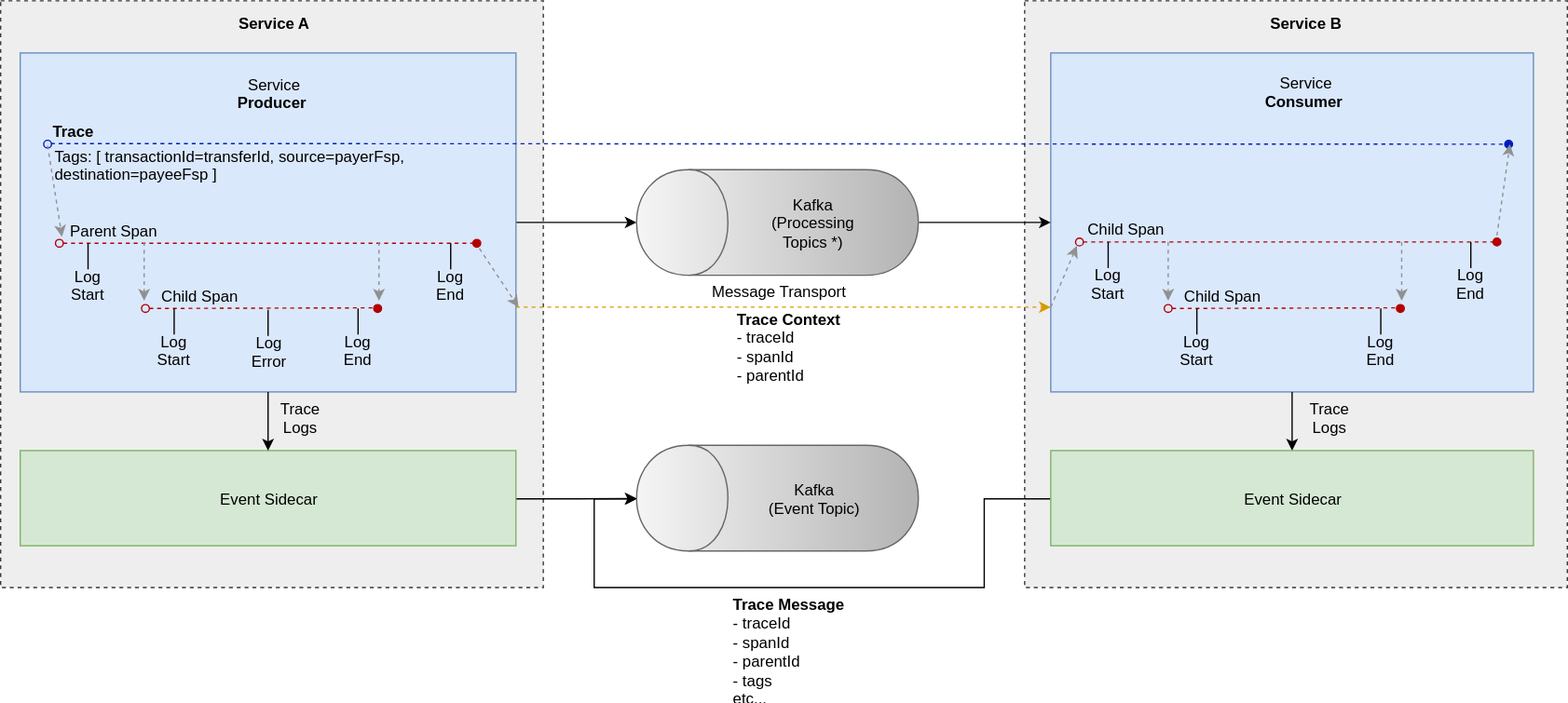
Earlier version of the draw.io export mojaloop-technical-overview/event-framework/assets/diagrams/architecture/architecture-event-trace.svg (mojaloop/documentation). Source tidied: cells renumbered, new cells last; positions are measured from the earlier drawing's top-left corner, leaving out a move shared by most shapes.
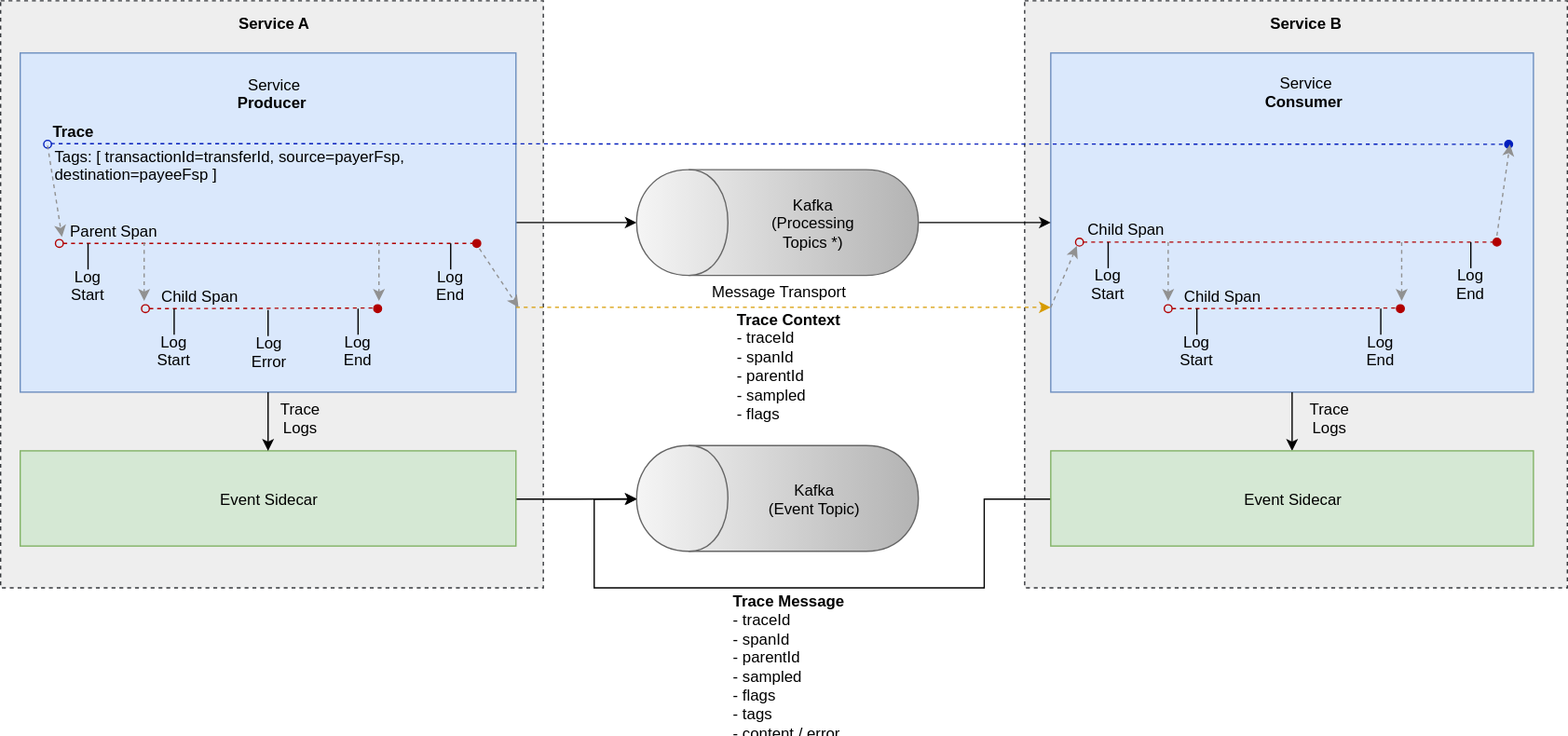
After the change.

Diff of the diagram source:
```diff
@@ -125,8 +125,8 @@
     <mxCell id="32" value="Log&lt;br&gt;End&lt;br&gt;" style="text;html=1;strokeColor=none;fillColor=none;align=center;verticalAlign=middle;whiteSpace=wrap;rounded=0;" parent="1" vertex="1">
       <mxGeometry x="254" y="257.5" width="40" height="20" as="geometry" />
     </mxCell>
-    <mxCell id="33" value="&lt;div style=&quot;text-align: justify&quot;&gt;&lt;span&gt;&lt;b&gt;Trace Context&lt;/b&gt;&lt;/span&gt;&lt;br&gt;&lt;span&gt;- traceId&lt;/span&gt;&lt;br&gt;&lt;span&gt;- spanId&lt;/span&gt;&lt;br&gt;&lt;span&gt;- parentId&lt;/span&gt;&lt;br&gt;&lt;/div&gt;" style="text;html=1;strokeColor=none;fillColor=none;align=center;verticalAlign=middle;whiteSpace=wrap;rounded=0;" parent="1" vertex="1">
-      <mxGeometry x="562" y="252.5" width="83" height="25" as="geometry" />
+    <mxCell id="33" value="&lt;div style=&quot;text-align: justify&quot;&gt;&lt;span&gt;&lt;b&gt;Trace Context&lt;/b&gt;&lt;/span&gt;&lt;br&gt;&lt;span&gt;- traceId&lt;/span&gt;&lt;br&gt;&lt;span&gt;- spanId&lt;/span&gt;&lt;br&gt;&lt;span&gt;- parentId&lt;/span&gt;&lt;br&gt;&lt;/div&gt;&lt;div style=&quot;text-align: justify&quot;&gt;&lt;span&gt;- sampled&lt;/span&gt;&lt;/div&gt;&lt;div style=&quot;text-align: justify&quot;&gt;&lt;span&gt;- flags&lt;/span&gt;&lt;/div&gt;" style="text;html=1;strokeColor=none;fillColor=none;align=center;verticalAlign=middle;whiteSpace=wrap;rounded=0;" parent="1" vertex="1">
+      <mxGeometry x="562" y="266.5" width="83" height="25" as="geometry" />
     </mxCell>
     <mxCell id="34" value="Service&lt;br&gt;&lt;b&gt;Producer&lt;/b&gt;&amp;nbsp;" style="text;html=1;strokeColor=none;fillColor=none;align=center;verticalAlign=middle;whiteSpace=wrap;rounded=0;" parent="1" vertex="1">
       <mxGeometry x="144" y="61" width="130" height="20" as="geometry" />
@@ -255,8 +255,8 @@
     <mxCell id="63" value="Service B" style="text;html=1;strokeColor=none;fillColor=none;align=center;verticalAlign=middle;whiteSpace=wrap;rounded=0;fontStyle=1;" parent="1" vertex="1">
       <mxGeometry x="935" y="7" width="130" height="20" as="geometry" />
     </mxCell>
-    <mxCell id="64" value="&lt;div style=&quot;text-align: justify&quot;&gt;&lt;span&gt;&lt;b&gt;Trace Message&lt;/b&gt;&lt;/span&gt;&lt;br&gt;&lt;span&gt;- traceId&lt;/span&gt;&lt;br&gt;&lt;span&gt;- spanId&lt;/span&gt;&lt;br&gt;&lt;span&gt;- parentId&lt;/span&gt;&lt;br&gt;&lt;/div&gt;&lt;div style=&quot;text-align: justify&quot;&gt;&lt;span&gt;- tags&lt;/span&gt;&lt;/div&gt;&lt;div style=&quot;text-align: justify&quot;&gt;&lt;span&gt;etc...&lt;/span&gt;&lt;/div&gt;" style="text;html=1;strokeColor=none;fillColor=none;align=center;verticalAlign=middle;whiteSpace=wrap;rounded=0;" parent="1" vertex="1">
-      <mxGeometry x="552" y="485" width="103" height="25" as="geometry" />
+    <mxCell id="64" value="&lt;div style=&quot;text-align: justify&quot;&gt;&lt;div&gt;&lt;b&gt;Trace Message&lt;/b&gt;&lt;br&gt;- traceId&lt;br&gt;- spanId&lt;br&gt;- parentId&lt;br&gt;&lt;/div&gt;&lt;div&gt;- sampled&lt;/div&gt;&lt;div&gt;- flags&lt;/div&gt;&lt;div&gt;- tags&lt;/div&gt;&lt;div&gt;- content / error&lt;/div&gt;&lt;/div&gt;" style="text;html=1;strokeColor=none;fillColor=none;align=center;verticalAlign=middle;whiteSpace=wrap;rounded=0;" parent="1" vertex="1">
+      <mxGeometry x="552" y="496" width="103" height="25" as="geometry" />
     </mxCell>
   </root>
 </mxGraphModel>
```
